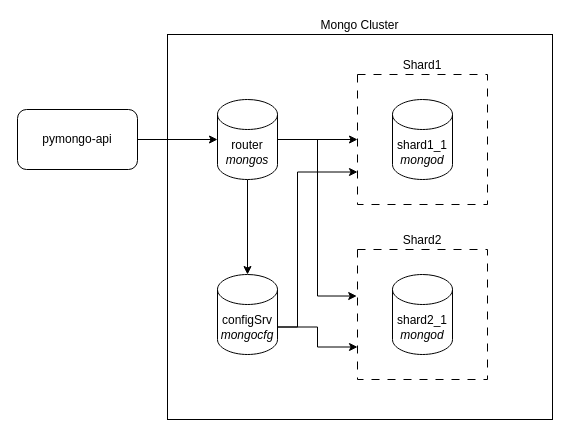
Before: diagrams/task1_1.drawio in hammer-for-you/architecture-black_friday, a draw.io diagram. Source tidied: cells renumbered, new cells numbered last; positions are measured from the earlier drawing's top-left corner, leaving out a move shared by most shapes. Both pictures are drawn from the tidied source at 100%, with x=0, y=0 at pixel (17, 34).
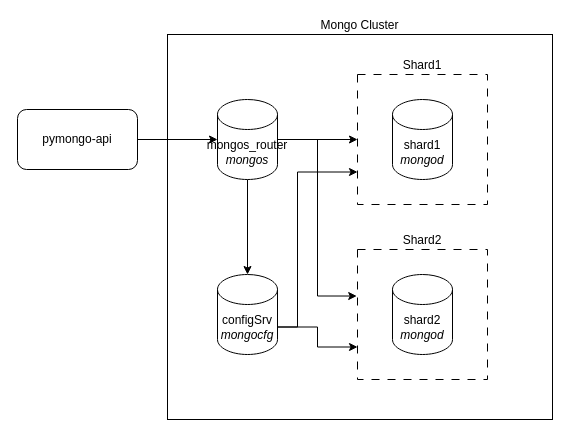
Above is the later version.

The edit, as a diff of the source:
```diff
@@
 <mxGraphModel>
   <root>
     <mxCell id="0" />
     <mxCell id="1" parent="0" />
     <mxCell id="2" value="Mongo Cluster" style="whiteSpace=wrap;html=1;labelPosition=center;verticalLabelPosition=top;align=center;verticalAlign=bottom;" parent="1" vertex="1">
       <mxGeometry x="150" width="385" height="385" as="geometry" />
     </mxCell>
     <mxCell id="3" style="edgeStyle=orthogonalEdgeStyle;rounded=0;jettySize=auto;html=1;exitX=1;exitY=0.5;exitDx=0;exitDy=0;exitPerimeter=0;entryX=0;entryY=0.5;entryDx=0;entryDy=0;" parent="1" edge="1" source="5" target="11">
       <mxGeometry relative="1" as="geometry" />
     </mxCell>
     <mxCell id="4" style="edgeStyle=orthogonalEdgeStyle;rounded=0;jettySize=auto;html=1;exitX=0.5;exitY=1;exitDx=0;exitDy=0;exitPerimeter=0;" parent="1" edge="1" source="5" target="10">
       <mxGeometry relative="1" as="geometry" />
     </mxCell>
-    <mxCell id="5" value="&lt;div&gt;router&lt;/div&gt;&lt;i&gt;mongos&lt;/i&gt;" style="shape=cylinder3;whiteSpace=wrap;html=1;boundedLbl=1;backgroundOutline=1;size=15;" parent="1" vertex="1">
+    <mxCell id="5" value="&lt;div&gt;mongos_router&lt;/div&gt;&lt;i&gt;mongos&lt;/i&gt;" style="shape=cylinder3;whiteSpace=wrap;html=1;boundedLbl=1;backgroundOutline=1;size=15;" parent="1" vertex="1">
       <mxGeometry x="200" y="65" width="60" height="80" as="geometry" />
     </mxCell>
     <mxCell id="6" value="pymongo-api" style="rounded=1;whiteSpace=wrap;html=1;" parent="1" vertex="1">
       <mxGeometry y="75" width="120" height="60" as="geometry" />
     </mxCell>
     <mxCell id="7" style="edgeStyle=orthogonalEdgeStyle;rounded=0;jettySize=auto;html=1;exitX=1;exitY=0.5;exitDx=0;exitDy=0;entryX=0;entryY=0.5;entryDx=0;entryDy=0;entryPerimeter=0;" parent="1" edge="1" source="6" target="5">
       <mxGeometry relative="1" as="geometry" />
     </mxCell>
     <mxCell id="8" style="edgeStyle=orthogonalEdgeStyle;rounded=0;jettySize=auto;html=1;exitX=1;exitY=0;exitDx=0;exitDy=52.5;exitPerimeter=0;entryX=0;entryY=0.75;entryDx=0;entryDy=0;" parent="1" edge="1" source="10" target="12">
       <mxGeometry relative="1" as="geometry" />
     </mxCell>
     <mxCell id="9" style="edgeStyle=orthogonalEdgeStyle;rounded=0;jettySize=auto;html=1;exitX=1;exitY=0;exitDx=0;exitDy=52.5;exitPerimeter=0;entryX=0;entryY=0.75;entryDx=0;entryDy=0;" parent="1" edge="1" source="10" target="11">
       <mxGeometry relative="1" as="geometry">
         <Array as="points">
           <mxPoint x="280" y="293" />
           <mxPoint x="280" y="138" />
         </Array>
       </mxGeometry>
     </mxCell>
     <mxCell id="10" value="&lt;div&gt;configSrv&lt;/div&gt;&lt;i&gt;mongocfg&lt;/i&gt;" style="shape=cylinder3;whiteSpace=wrap;html=1;boundedLbl=1;backgroundOutline=1;size=15;" parent="1" vertex="1">
       <mxGeometry x="200" y="240" width="60" height="80" as="geometry" />
     </mxCell>
     <mxCell id="11" value="Shard1" style="whiteSpace=wrap;html=1;labelPosition=center;verticalLabelPosition=top;align=center;verticalAlign=bottom;dashed=1;dashPattern=8 8;" parent="1" vertex="1">
       <mxGeometry x="340" y="40" width="130" height="130" as="geometry" />
     </mxCell>
     <mxCell id="12" value="Shard2" style="whiteSpace=wrap;html=1;labelPosition=center;verticalLabelPosition=top;align=center;verticalAlign=bottom;dashed=1;dashPattern=8 8;" parent="1" vertex="1">
       <mxGeometry x="340" y="215" width="130" height="130" as="geometry" />
     </mxCell>
-    <mxCell id="13" value="shard1_1&lt;div&gt;&lt;i&gt;mongod&lt;/i&gt;&lt;/div&gt;" style="shape=cylinder3;whiteSpace=wrap;html=1;boundedLbl=1;backgroundOutline=1;size=15;" parent="1" vertex="1">
+    <mxCell id="13" value="shard1&lt;div&gt;&lt;i&gt;mongod&lt;/i&gt;&lt;/div&gt;" style="shape=cylinder3;whiteSpace=wrap;html=1;boundedLbl=1;backgroundOutline=1;size=15;" parent="1" vertex="1">
       <mxGeometry x="375" y="65" width="60" height="80" as="geometry" />
     </mxCell>
-    <mxCell id="14" value="shard2_1&lt;div&gt;&lt;i&gt;mongod&lt;/i&gt;&lt;/div&gt;" style="shape=cylinder3;whiteSpace=wrap;html=1;boundedLbl=1;backgroundOutline=1;size=15;" parent="1" vertex="1">
+    <mxCell id="14" value="shard2&lt;div&gt;&lt;i&gt;mongod&lt;/i&gt;&lt;/div&gt;" style="shape=cylinder3;whiteSpace=wrap;html=1;boundedLbl=1;backgroundOutline=1;size=15;" parent="1" vertex="1">
       <mxGeometry x="375" y="240" width="60" height="80" as="geometry" />
     </mxCell>
     <mxCell id="15" style="edgeStyle=orthogonalEdgeStyle;rounded=0;jettySize=auto;html=1;exitX=1;exitY=0.5;exitDx=0;exitDy=0;exitPerimeter=0;entryX=-0.006;entryY=0.358;entryDx=0;entryDy=0;entryPerimeter=0;" parent="1" edge="1" source="5" target="12">
       <mxGeometry relative="1" as="geometry" />
     </mxCell>
   </root>
 </mxGraphModel>
```
